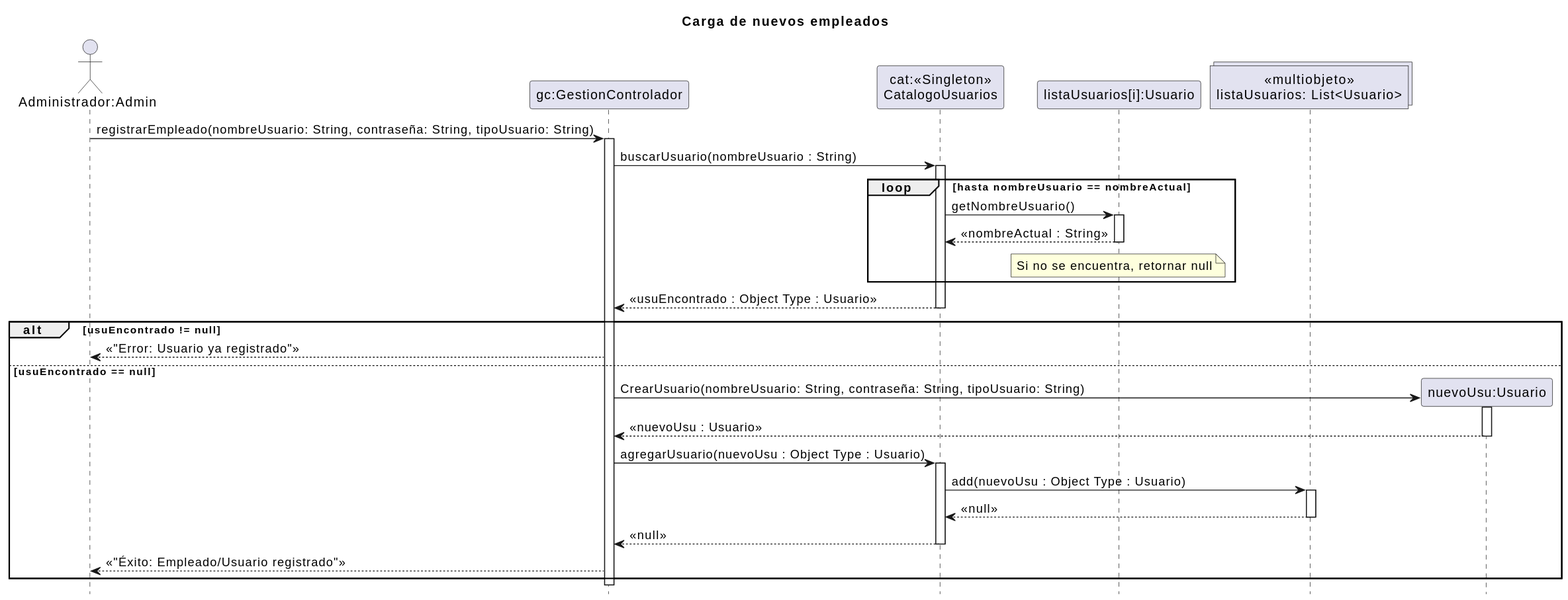
zEzequR/PF-I keeps this PlantUML diagram as 08 - Diagramas de Secuencia de Diseño/CargaEmpleados/CargaEmpleados.svg. Above is the earlier version.
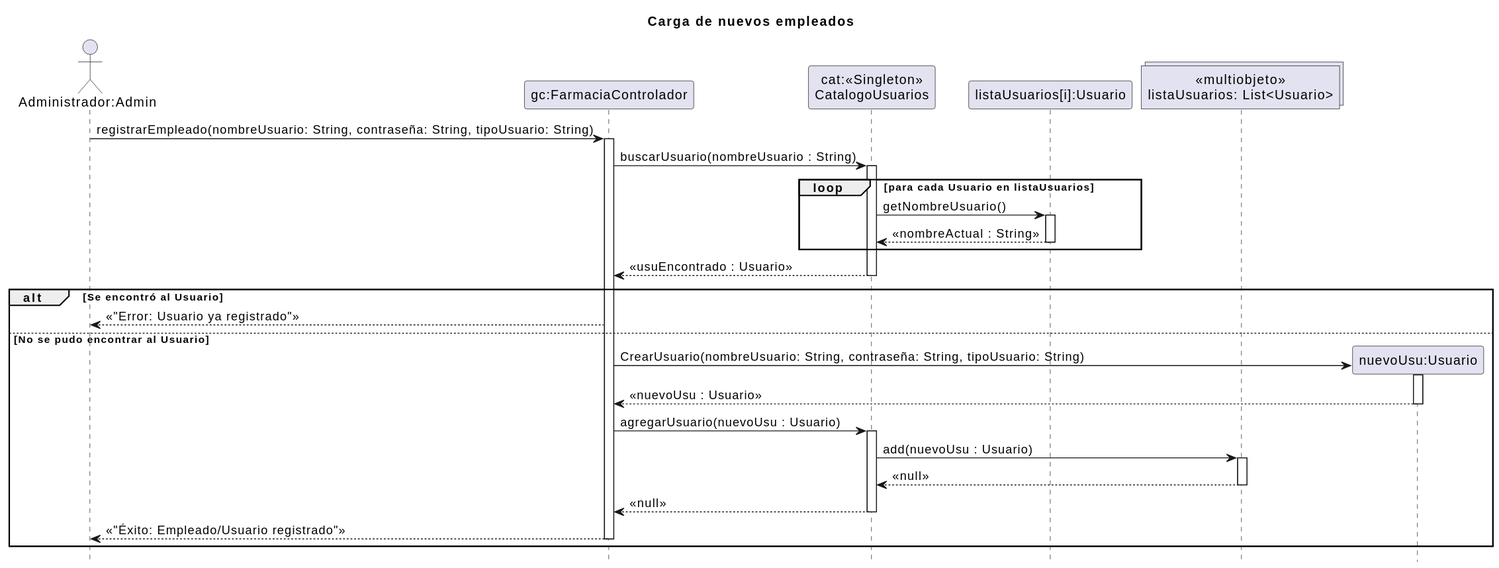
Later version of the same file.

Change to the diagram source:
```diff
@@ -4,7 +4,7 @@
 hide footbox
 
 actor "Administrador:Admin" as admin
-participant "gc:GestionControlador" as ctrl
+participant "gc:FarmaciaControlador" as ctrl
 participant "cat:<<Singleton>>\nCatalogoUsuarios" as cat
 participant "listaUsuarios[i]:Usuario" as usu_actual
 collections "«multiobjeto»\nlistaUsuarios: List<Usuario>" as lista_usu
@@ -15,22 +15,21 @@
 ctrl -> cat : buscarUsuario(nombreUsuario : String)
 activate cat
 
-loop hasta nombreUsuario == nombreActual
+loop para cada Usuario en listaUsuarios
     cat -> usu_actual : getNombreUsuario()
     activate usu_actual
     usu_actual --> cat : << nombreActual : String >>
     deactivate usu_actual
-    note over of usu_actual: Si no se encuentra, retornar null
 end
 
-cat --> ctrl : << usuEncontrado : Object Type : Usuario >>
+cat --> ctrl : << usuEncontrado : Usuario >>
 deactivate cat
 
-    alt usuEncontrado != null
+    alt Se encontró al Usuario
         deactivate cat
         ctrl --> admin : << "Error: Usuario ya registrado" >>
 
-    else usuEncontrado == null
+    else No se pudo encontrar al Usuario
         deactivate cat
 
         create participant "nuevoUsu:Usuario" as nuevo_usu
@@ -39,9 +38,9 @@
         nuevo_usu --> ctrl : << nuevoUsu : Usuario >>
         deactivate nuevo_usu
 
-        ctrl -> cat : agregarUsuario(nuevoUsu : Object Type : Usuario)
+        ctrl -> cat : agregarUsuario(nuevoUsu : Usuario)
         activate cat
-        cat -> lista_usu : add(nuevoUsu : Object Type : Usuario)
+        cat -> lista_usu : add(nuevoUsu : Usuario)
         activate lista_usu
         lista_usu --> cat : << null >>
         deactivate lista_usu
@@ -49,7 +48,6 @@
         deactivate cat
 
         ctrl --> admin : << "Éxito: Empleado/Usuario registrado" >>
+        deactivate ctrl
     end
-
-deactivate ctrl
 @enduml
```
